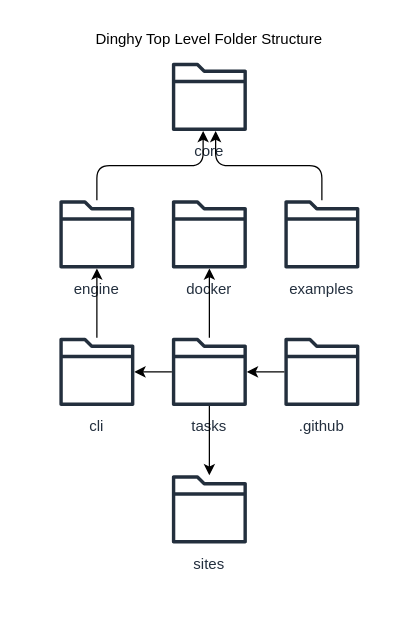
The draw.io diagram sites/www/src/docs/community/output/folder-structure.drawio in dinghydev/dinghy, before the edit. Source tidied: cells renumbered, new cells numbered last; positions are measured from the earlier drawing's top-left corner, leaving out a move shared by most shapes. Both pictures are drawn from the tidied source at 125%, with x=0, y=0 at pixel (21, 21).
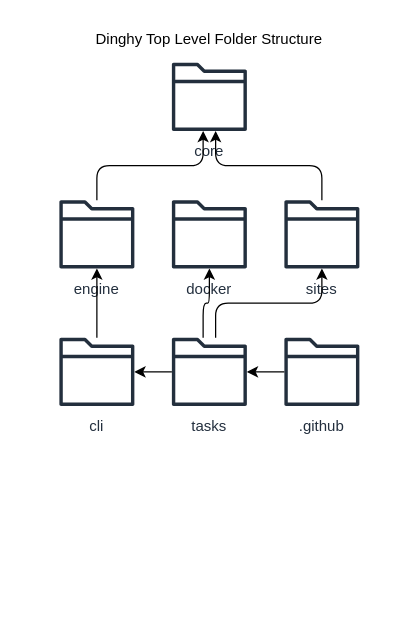
Above is the later version.

Unchanged cells that the change refers to:
```xml
<mxCell id="3" value="core" style="rounded=1;whiteSpace=wrap;verticalAlign=top;align=center;sketch=0;outlineConnect=0;fontColor=#232F3E;gradientColor=none;fillColor=#232F3D;strokeColor=none;dashed=0;verticalLabelPosition=bottom;html=1;fontSize=12;fontStyle=0;shape=mxgraph.aws4.folder;" parent="2" vertex="1">
  <mxGeometry x="120" y="30" width="60" height="60" as="geometry" />
</mxCell>
<mxCell id="4" value="Columns" style="verticalAlign=top;align=center;spacingLeft=5;spacingRight=5;spacingBottom=5;noLabel=1;opacity=0;" parent="2" vertex="1">
  <mxGeometry x="15" y="125" width="270" height="110" as="geometry" />
</mxCell>
<mxCell id="6" value="docker" style="rounded=1;whiteSpace=wrap;verticalAlign=top;align=center;sketch=0;outlineConnect=0;fontColor=#232F3E;gradientColor=none;fillColor=#232F3D;strokeColor=none;dashed=0;verticalLabelPosition=bottom;html=1;fontSize=12;fontStyle=0;shape=mxgraph.aws4.folder;" parent="4" vertex="1">
  <mxGeometry x="105" y="15" width="60" height="60" as="geometry" />
</mxCell>
<mxCell id="10" value="tasks" style="rounded=1;whiteSpace=wrap;verticalAlign=top;align=center;sketch=0;outlineConnect=0;fontColor=#232F3E;gradientColor=none;fillColor=#232F3D;strokeColor=none;dashed=0;verticalLabelPosition=bottom;html=1;fontSize=12;fontStyle=0;shape=mxgraph.aws4.folder;" parent="8" vertex="1">
  <mxGeometry x="105" y="15" width="60" height="60" as="geometry" />
</mxCell>
```

What changed in the source:
```diff
@@
     <mxCell id="2" value="Dinghy Top Level Folder Structure" style="verticalAlign=top;align=center;spacingLeft=5;spacingRight=5;spacingBottom=5;strokeColor=none;" parent="1" vertex="1">
-      <mxGeometry width="300" height="470" as="geometry" />
+      <mxGeometry width="300" height="360" as="geometry" />
     </mxCell>
@@
-    <mxCell id="7" value="examples" style="rounded=1;whiteSpace=wrap;verticalAlign=top;align=center;sketch=0;outlineConnect=0;fontColor=#232F3E;gradientColor=none;fillColor=#232F3D;strokeColor=none;dashed=0;verticalLabelPosition=bottom;html=1;fontSize=12;fontStyle=0;shape=mxgraph.aws4.folder;" parent="4" vertex="1">
-      <mxGeometry x="195" y="15" width="60" height="60" as="geometry" />
-    </mxCell>
+    <mxCell id="13" value="sites" style="rounded=1;whiteSpace=wrap;verticalAlign=top;align=center;sketch=0;outlineConnect=0;fontColor=#232F3E;gradientColor=none;fillColor=#232F3D;strokeColor=none;dashed=0;verticalLabelPosition=bottom;html=1;fontSize=12;fontStyle=0;shape=mxgraph.aws4.folder;" parent="4" vertex="1">
+      <mxGeometry x="195" y="15" width="60" height="60" as="geometry" />
+    </mxCell>
@@
-    <mxCell id="12" value="Columns" style="verticalAlign=top;align=center;spacingLeft=5;spacingRight=5;spacingBottom=5;noLabel=1;opacity=0;" parent="2" vertex="1">
-      <mxGeometry x="15" y="345" width="270" height="110" as="geometry" />
-    </mxCell>
-    <mxCell id="13" value="sites" style="rounded=1;whiteSpace=wrap;verticalAlign=top;align=center;sketch=0;outlineConnect=0;fontColor=#232F3E;gradientColor=none;fillColor=#232F3D;strokeColor=none;dashed=0;verticalLabelPosition=bottom;html=1;fontSize=12;fontStyle=0;shape=mxgraph.aws4.folder;" parent="12" vertex="1">
-      <mxGeometry x="105" y="15" width="60" height="60" as="geometry" />
-    </mxCell>
@@
-    <mxCell id="15" style="edgeStyle=orthogonalEdgeStyle;" parent="1" edge="1" source="7" target="3">
+    <mxCell id="15" style="edgeStyle=orthogonalEdgeStyle;" parent="1" edge="1" source="13" target="3">
       <mxGeometry relative="1" as="geometry">
         <Array as="points">
           <mxPoint x="240" y="115" />
           <mxPoint x="155" y="115" />
         </Array>
       </mxGeometry>
     </mxCell>
@@
     <mxCell id="18" style="edgeStyle=orthogonalEdgeStyle;" parent="1" edge="1" source="10" target="6">
       <mxGeometry relative="1" as="geometry">
         <Array as="points">
-          <mxPoint x="150" y="225" />
+          <mxPoint x="145" y="225" />
           <mxPoint x="150" y="225" />
         </Array>
       </mxGeometry>
     </mxCell>
     <mxCell id="19" style="edgeStyle=orthogonalEdgeStyle;" parent="1" edge="1" source="10" target="13">
       <mxGeometry relative="1" as="geometry">
         <Array as="points">
-          <mxPoint x="150" y="335" />
-          <mxPoint x="150" y="335" />
+          <mxPoint x="155" y="225" />
+          <mxPoint x="240" y="225" />
         </Array>
       </mxGeometry>
     </mxCell>
```
